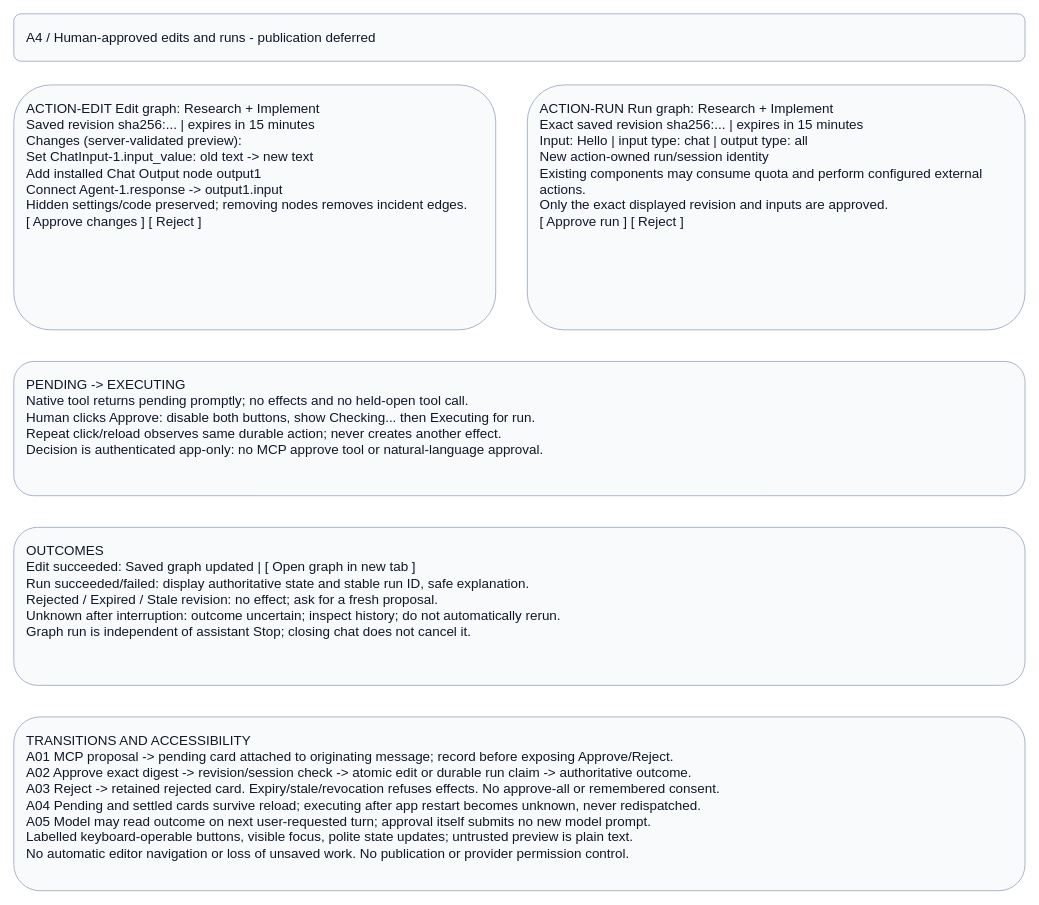
Above: page "A4 - Human-approved graph actions" (4 of 4) of projects/laomedo/subsystems/agent-execution/design/application-assistant.drawio in amadou-6e/specs (draw.io), before the change. Source tidied: cells renumbered, new cells numbered last; positions are measured from the earlier drawing's top-left corner, leaving out a move shared by most shapes. Both pictures are drawn from the tidied source at 79%, with x=0, y=0 at pixel (13, 13).
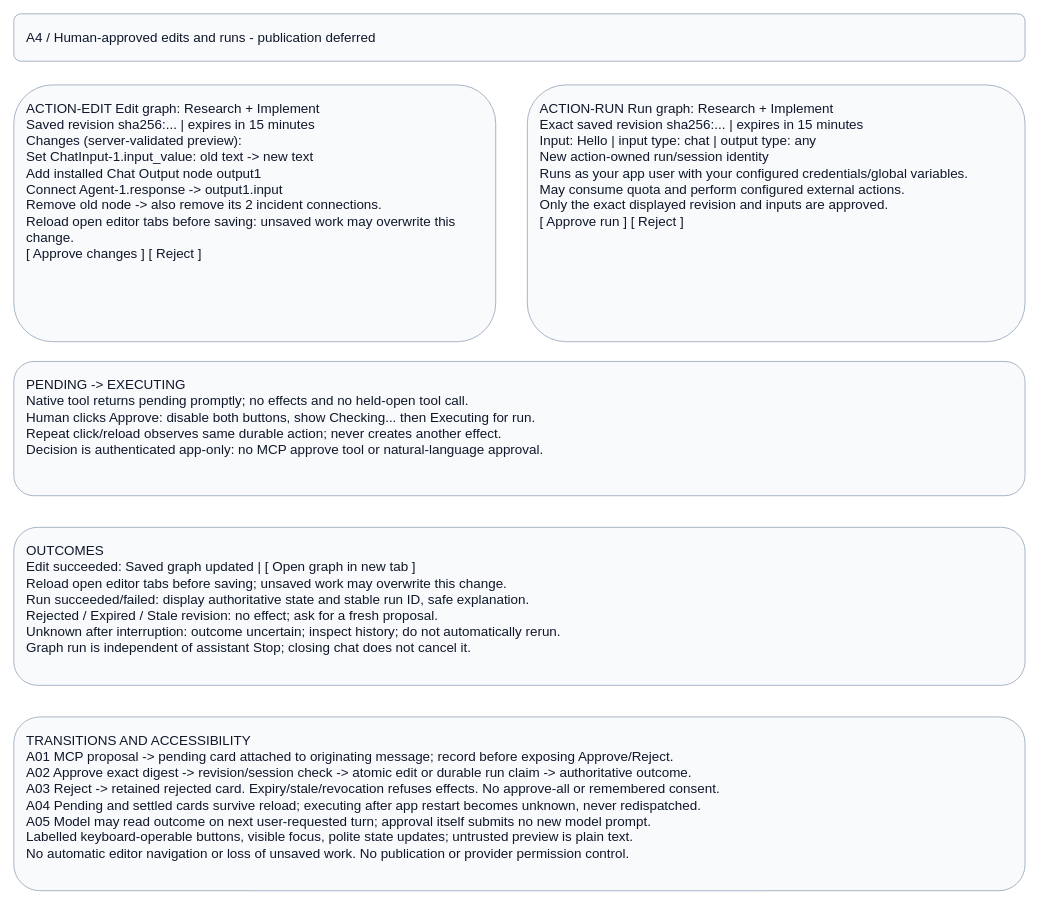
The same diagram, later.

Commit message (it also covers changes not shown here):
docs: correct editor conflicts and graph execution bindings

What changed in the source:
```diff
@@
 <mxGraphModel>
   <root>
     <mxCell id="0" />
     <mxCell id="1" parent="0" />
     <mxCell id="2" value="A4 / Human-approved edits and runs - publication deferred" style="rounded=1;whiteSpace=wrap;html=0;fillColor=#f8fafc;strokeColor=#94a3b8;fontColor=#0f172a;fontFamily=Arial;fontSize=17;align=left;verticalAlign=top;spacing=16;" parent="1" vertex="1">
       <mxGeometry width="1280" height="60" as="geometry" />
     </mxCell>
-    <mxCell id="3" value="ACTION-EDIT  Edit graph: Research + Implement&#10;Saved revision sha256:... | expires in 15 minutes&#10;Changes (server-validated preview):&#10;Set ChatInput-1.input_value: old text -&gt; new text&#10;Add installed Chat Output node output1&#10;Connect Agent-1.response -&gt; output1.input&#10;Hidden settings/code preserved; removing nodes removes incident edges.&#10;[ Approve changes ] [ Reject ]" style="rounded=1;whiteSpace=wrap;html=0;fillColor=#f8fafc;strokeColor=#94a3b8;fontColor=#0f172a;fontFamily=Arial;fontSize=17;align=left;verticalAlign=top;spacing=16;" parent="1" vertex="1">
-      <mxGeometry y="90" width="610" height="310" as="geometry" />
+    <mxCell id="3" value="ACTION-EDIT  Edit graph: Research + Implement&#10;Saved revision sha256:... | expires in 15 minutes&#10;Changes (server-validated preview):&#10;Set ChatInput-1.input_value: old text -&gt; new text&#10;Add installed Chat Output node output1&#10;Connect Agent-1.response -&gt; output1.input&#10;Remove old node -&gt; also remove its 2 incident connections.&#10;Reload open editor tabs before saving: unsaved work may overwrite this change.&#10;[ Approve changes ] [ Reject ]" style="rounded=1;whiteSpace=wrap;html=0;fillColor=#f8fafc;strokeColor=#94a3b8;fontColor=#0f172a;fontFamily=Arial;fontSize=17;align=left;verticalAlign=top;spacing=16;" parent="1" vertex="1">
+      <mxGeometry y="90" width="610" height="325" as="geometry" />
     </mxCell>
-    <mxCell id="4" value="ACTION-RUN  Run graph: Research + Implement&#10;Exact saved revision sha256:... | expires in 15 minutes&#10;Input: Hello | input type: chat | output type: all&#10;New action-owned run/session identity&#10;Existing components may consume quota and perform configured external actions.&#10;Only the exact displayed revision and inputs are approved.&#10;[ Approve run ] [ Reject ]" style="rounded=1;whiteSpace=wrap;html=0;fillColor=#f8fafc;strokeColor=#94a3b8;fontColor=#0f172a;fontFamily=Arial;fontSize=17;align=left;verticalAlign=top;spacing=16;" parent="1" vertex="1">
-      <mxGeometry x="650" y="90" width="630" height="310" as="geometry" />
+    <mxCell id="4" value="ACTION-RUN  Run graph: Research + Implement&#10;Exact saved revision sha256:... | expires in 15 minutes&#10;Input: Hello | input type: chat | output type: any&#10;New action-owned run/session identity&#10;Runs as your app user with your configured credentials/global variables.&#10;May consume quota and perform configured external actions.&#10;Only the exact displayed revision and inputs are approved.&#10;[ Approve run ] [ Reject ]" style="rounded=1;whiteSpace=wrap;html=0;fillColor=#f8fafc;strokeColor=#94a3b8;fontColor=#0f172a;fontFamily=Arial;fontSize=17;align=left;verticalAlign=top;spacing=16;" parent="1" vertex="1">
+      <mxGeometry x="650" y="90" width="630" height="325" as="geometry" />
     </mxCell>
     <mxCell id="5" value="PENDING -&gt; EXECUTING&#10;Native tool returns pending promptly; no effects and no held-open tool call.&#10;Human clicks Approve: disable both buttons, show Checking... then Executing for run.&#10;Repeat click/reload observes same durable action; never creates another effect.&#10;Decision is authenticated app-only: no MCP approve tool or natural-language approval." style="rounded=1;whiteSpace=wrap;html=0;fillColor=#f8fafc;strokeColor=#94a3b8;fontColor=#0f172a;fontFamily=Arial;fontSize=17;align=left;verticalAlign=top;spacing=16;" parent="1" vertex="1">
       <mxGeometry y="440" width="1280" height="170" as="geometry" />
     </mxCell>
-    <mxCell id="6" value="OUTCOMES&#10;Edit succeeded: Saved graph updated | [ Open graph in new tab ]&#10;Run succeeded/failed: display authoritative state and stable run ID, safe explanation.&#10;Rejected / Expired / Stale revision: no effect; ask for a fresh proposal.&#10;Unknown after interruption: outcome uncertain; inspect history; do not automatically rerun.&#10;Graph run is independent of assistant Stop; closing chat does not cancel it." style="rounded=1;whiteSpace=wrap;html=0;fillColor=#f8fafc;strokeColor=#94a3b8;fontColor=#0f172a;fontFamily=Arial;fontSize=17;align=left;verticalAlign=top;spacing=16;" parent="1" vertex="1">
+    <mxCell id="6" value="OUTCOMES&#10;Edit succeeded: Saved graph updated | [ Open graph in new tab ]&#10;Reload open editor tabs before saving; unsaved work may overwrite this change.&#10;Run succeeded/failed: display authoritative state and stable run ID, safe explanation.&#10;Rejected / Expired / Stale revision: no effect; ask for a fresh proposal.&#10;Unknown after interruption: outcome uncertain; inspect history; do not automatically rerun.&#10;Graph run is independent of assistant Stop; closing chat does not cancel it." style="rounded=1;whiteSpace=wrap;html=0;fillColor=#f8fafc;strokeColor=#94a3b8;fontColor=#0f172a;fontFamily=Arial;fontSize=17;align=left;verticalAlign=top;spacing=16;" parent="1" vertex="1">
       <mxGeometry y="650" width="1280" height="200" as="geometry" />
     </mxCell>
     <mxCell id="7" value="TRANSITIONS AND ACCESSIBILITY&#10;A01 MCP proposal -&gt; pending card attached to originating message; record before exposing Approve/Reject.&#10;A02 Approve exact digest -&gt; revision/session check -&gt; atomic edit or durable run claim -&gt; authoritative outcome.&#10;A03 Reject -&gt; retained rejected card. Expiry/stale/revocation refuses effects. No approve-all or remembered consent.&#10;A04 Pending and settled cards survive reload; executing after app restart becomes unknown, never redispatched.&#10;A05 Model may read outcome on next user-requested turn; approval itself submits no new model prompt.&#10;Labelled keyboard-operable buttons, visible focus, polite state updates; untrusted preview is plain text.&#10;No automatic editor navigation or loss of unsaved work. No publication or provider permission control." style="rounded=1;whiteSpace=wrap;html=0;fillColor=#f8fafc;strokeColor=#94a3b8;fontColor=#0f172a;fontFamily=Arial;fontSize=17;align=left;verticalAlign=top;spacing=16;" parent="1" vertex="1">
       <mxGeometry y="890" width="1280" height="220" as="geometry" />
     </mxCell>
   </root>
 </mxGraphModel>
```
